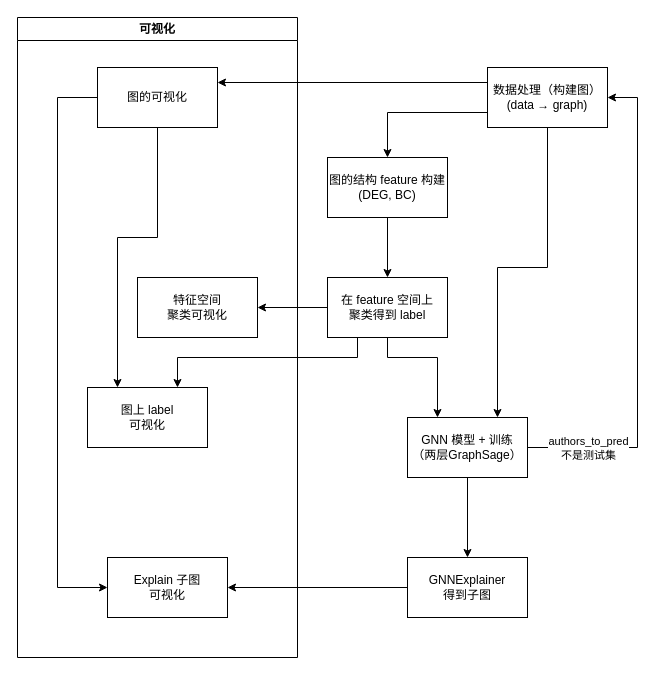
Earlier version of the draw.io diagram assets/flowchart.drawio (HellOwhatAs/CS3319-project). Source tidied: cells renumbered, new cells numbered last; positions are measured from the earlier drawing's top-left corner, leaving out a move shared by most shapes. Both pictures are drawn from the tidied source at 100%, with x=0, y=0 at pixel (17, 17).
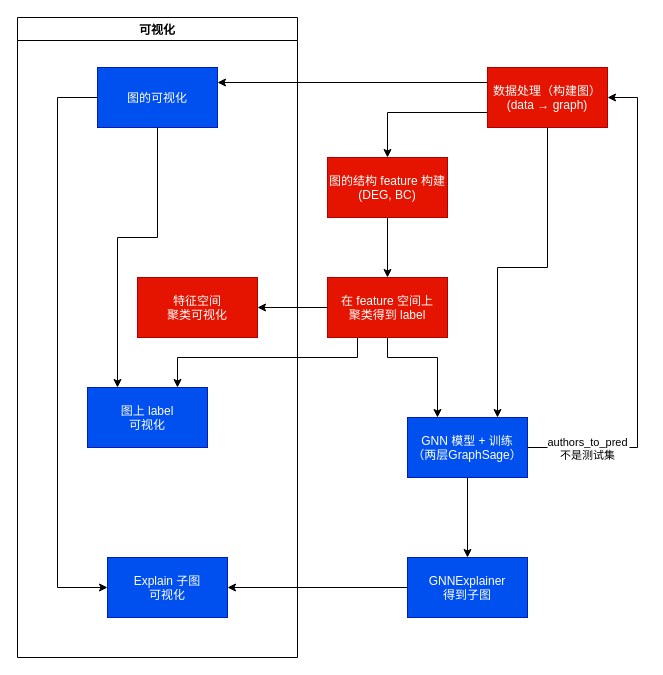
After the change.

What changed in the source:
```diff
@@
-    <mxCell id="2" style="edgeStyle=none;html=1;exitX=0.5;exitY=1;exitDx=0;exitDy=0;entryX=0.75;entryY=0;entryDx=0;entryDy=0;rounded=0;" parent="1" edge="1" source="5" target="11">
+    <mxCell id="2" style="edgeStyle=none;exitX=0.5;exitY=1;exitDx=0;exitDy=0;entryX=0.75;entryY=0;entryDx=0;entryDy=0;rounded=0;" parent="1" edge="1" source="5" target="11">
       <mxGeometry relative="1" as="geometry">
         <Array as="points">
           <mxPoint x="530" y="250" />
           <mxPoint x="480" y="250" />
         </Array>
       </mxGeometry>
     </mxCell>
-    <mxCell id="3" style="edgeStyle=none;rounded=0;html=1;exitX=0;exitY=0.75;exitDx=0;exitDy=0;entryX=0.5;entryY=0;entryDx=0;entryDy=0;" parent="1" edge="1" source="5" target="17">
+    <mxCell id="3" style="edgeStyle=none;rounded=0;exitX=0;exitY=0.75;exitDx=0;exitDy=0;entryX=0.5;entryY=0;entryDx=0;entryDy=0;" parent="1" edge="1" source="5" target="17">
       <mxGeometry relative="1" as="geometry">
         <Array as="points">
           <mxPoint x="370" y="95" />
         </Array>
       </mxGeometry>
     </mxCell>
-    <mxCell id="4" style="edgeStyle=none;rounded=0;html=1;exitX=0;exitY=0.25;exitDx=0;exitDy=0;entryX=1;entryY=0.25;entryDx=0;entryDy=0;" parent="1" edge="1" source="5" target="19">
+    <mxCell id="4" style="edgeStyle=none;rounded=0;exitX=0;exitY=0.25;exitDx=0;exitDy=0;entryX=1;entryY=0.25;entryDx=0;entryDy=0;" parent="1" edge="1" source="5" target="19">
       <mxGeometry relative="1" as="geometry" />
     </mxCell>
-    <mxCell id="5" value="数据处理（构建图）&lt;br&gt;(data → graph)" style="rounded=0;whiteSpace=wrap;html=1;" parent="1" vertex="1">
+    <mxCell id="5" value="数据处理（构建图）&#10;(data → graph)" style="rounded=0;fillColor=#e51400;fontColor=#ffffff;strokeColor=#B20000;" parent="1" vertex="1">
       <mxGeometry x="470" y="50" width="120" height="60" as="geometry" />
     </mxCell>
-    <mxCell id="6" style="edgeStyle=none;html=1;exitX=0.5;exitY=1;exitDx=0;exitDy=0;entryX=0.25;entryY=0;entryDx=0;entryDy=0;rounded=0;" parent="1" edge="1" source="9" target="11">
+    <mxCell id="6" style="edgeStyle=none;exitX=0.5;exitY=1;exitDx=0;exitDy=0;entryX=0.25;entryY=0;entryDx=0;entryDy=0;rounded=0;" parent="1" edge="1" source="9" target="11">
       <mxGeometry relative="1" as="geometry">
         <Array as="points">
           <mxPoint x="370" y="340" />
           <mxPoint x="420" y="340" />
         </Array>
       </mxGeometry>
     </mxCell>
-    <mxCell id="7" style="edgeStyle=none;rounded=0;html=1;exitX=0;exitY=0.5;exitDx=0;exitDy=0;entryX=1;entryY=0.5;entryDx=0;entryDy=0;" parent="1" edge="1" source="9" target="20">
+    <mxCell id="7" style="edgeStyle=none;rounded=0;exitX=0;exitY=0.5;exitDx=0;exitDy=0;entryX=1;entryY=0.5;entryDx=0;entryDy=0;" parent="1" edge="1" source="9" target="20">
       <mxGeometry relative="1" as="geometry" />
     </mxCell>
-    <mxCell id="8" style="edgeStyle=none;rounded=0;html=1;exitX=0.25;exitY=1;exitDx=0;exitDy=0;entryX=0.75;entryY=0;entryDx=0;entryDy=0;" parent="1" edge="1" source="9" target="21">
+    <mxCell id="8" style="edgeStyle=none;rounded=0;exitX=0.25;exitY=1;exitDx=0;exitDy=0;entryX=0.75;entryY=0;entryDx=0;entryDy=0;" parent="1" edge="1" source="9" target="21">
       <mxGeometry relative="1" as="geometry">
         <Array as="points">
           <mxPoint x="340" y="340" />
           <mxPoint x="160" y="340" />
         </Array>
       </mxGeometry>
     </mxCell>
-    <mxCell id="9" value="在 feature 空间上&lt;br&gt;聚类得到 label" style="rounded=0;whiteSpace=wrap;html=1;" parent="1" vertex="1">
+    <mxCell id="9" value="在 feature 空间上&#10;聚类得到 label" style="rounded=0;fillColor=#e51400;fontColor=#ffffff;strokeColor=#B20000;" parent="1" vertex="1">
       <mxGeometry x="310" y="260" width="120" height="60" as="geometry" />
     </mxCell>
-    <mxCell id="10" style="edgeStyle=none;rounded=0;html=1;exitX=0.5;exitY=1;exitDx=0;exitDy=0;entryX=0.5;entryY=0;entryDx=0;entryDy=0;" parent="1" edge="1" source="11" target="15">
+    <mxCell id="10" style="edgeStyle=none;rounded=0;exitX=0.5;exitY=1;exitDx=0;exitDy=0;entryX=0.5;entryY=0;entryDx=0;entryDy=0;" parent="1" edge="1" source="11" target="15">
       <mxGeometry relative="1" as="geometry" />
     </mxCell>
-    <mxCell id="11" value="GNN 模型 + 训练&lt;br&gt;（两层GraphSage）" style="rounded=0;whiteSpace=wrap;html=1;" parent="1" vertex="1">
+    <mxCell id="11" value="GNN 模型 + 训练&#10;（两层GraphSage）" style="rounded=0;fillColor=#0050ef;fontColor=#ffffff;strokeColor=#001DBC;" parent="1" vertex="1">
       <mxGeometry x="390" y="400" width="120" height="60" as="geometry" />
     </mxCell>
-    <mxCell id="12" style="endArrow=classic;html=1;exitX=1;exitY=0.5;exitDx=0;exitDy=0;entryX=1;entryY=0.5;entryDx=0;entryDy=0;rounded=0;" parent="1" edge="1" source="11" target="5">
+    <mxCell id="12" style="endArrow=classic;exitX=1;exitY=0.5;exitDx=0;exitDy=0;entryX=1;entryY=0.5;entryDx=0;entryDy=0;rounded=0;" parent="1" edge="1" source="11" target="5">
       <mxGeometry relative="1" as="geometry">
         <Array as="points">
           <mxPoint x="620" y="430" />
           <mxPoint x="620" y="80" />
         </Array>
       </mxGeometry>
     </mxCell>
-    <mxCell id="13" value="authors_to_pred&lt;br&gt;不是测试集" style="edgeLabel;align=center;verticalAlign=middle;labelBorderColor=none;spacing=2;html=1;" parent="12" vertex="1">
+    <mxCell id="13" value="authors_to_pred&#10;不是测试集" style="edgeLabel;align=center;verticalAlign=middle;labelBorderColor=none;spacing=2;" parent="12" vertex="1">
       <mxGeometry relative="1" as="geometry">
         <mxPoint x="-50" y="135" as="offset" />
       </mxGeometry>
     </mxCell>
-    <mxCell id="14" style="edgeStyle=none;rounded=0;html=1;exitX=0;exitY=0.5;exitDx=0;exitDy=0;entryX=1;entryY=0.5;entryDx=0;entryDy=0;" parent="1" edge="1" source="15" target="23">
+    <mxCell id="14" style="edgeStyle=none;rounded=0;exitX=0;exitY=0.5;exitDx=0;exitDy=0;entryX=1;entryY=0.5;entryDx=0;entryDy=0;" parent="1" edge="1" source="15" target="23">
       <mxGeometry relative="1" as="geometry" />
     </mxCell>
-    <mxCell id="15" value="GNNExplainer&lt;br&gt;得到子图" style="rounded=0;whiteSpace=wrap;html=1;" parent="1" vertex="1">
+    <mxCell id="15" value="GNNExplainer&#10;得到子图" style="rounded=0;fillColor=#0050ef;fontColor=#ffffff;strokeColor=#001DBC;" parent="1" vertex="1">
       <mxGeometry x="390" y="540" width="120" height="60" as="geometry" />
     </mxCell>
-    <mxCell id="16" style="edgeStyle=none;rounded=0;html=1;exitX=0.5;exitY=1;exitDx=0;exitDy=0;entryX=0.5;entryY=0;entryDx=0;entryDy=0;" parent="1" edge="1" source="17" target="9">
+    <mxCell id="16" style="edgeStyle=none;rounded=0;exitX=0.5;exitY=1;exitDx=0;exitDy=0;entryX=0.5;entryY=0;entryDx=0;entryDy=0;" parent="1" edge="1" source="17" target="9">
       <mxGeometry relative="1" as="geometry" />
     </mxCell>
-    <mxCell id="17" value="图的结构 feature 构建&lt;br&gt;(DEG, BC)" style="rounded=0;whiteSpace=wrap;html=1;" parent="1" vertex="1">
+    <mxCell id="17" value="图的结构 feature 构建&#10;(DEG, BC)" style="rounded=0;fillColor=#e51400;fontColor=#ffffff;strokeColor=#B20000;" parent="1" vertex="1">
       <mxGeometry x="310" y="140" width="120" height="60" as="geometry" />
     </mxCell>
-    <mxCell id="18" value="可视化" style="swimlane;whiteSpace=wrap;html=1;" parent="1" vertex="1">
+    <mxCell id="18" value="可视化" style="swimlane;" parent="1" vertex="1">
       <mxGeometry width="280" height="640" as="geometry" />
     </mxCell>
-    <mxCell id="19" value="图的可视化" style="rounded=0;whiteSpace=wrap;html=1;" parent="18" vertex="1">
+    <mxCell id="19" value="图的可视化" style="rounded=0;fillColor=#0050ef;fontColor=#ffffff;strokeColor=#001DBC;" parent="18" vertex="1">
       <mxGeometry x="80" y="50" width="120" height="60" as="geometry" />
     </mxCell>
-    <mxCell id="20" value="特征空间&lt;br&gt;聚类可视化" style="rounded=0;whiteSpace=wrap;html=1;" parent="18" vertex="1">
+    <mxCell id="20" value="特征空间&#10;聚类可视化" style="rounded=0;fillColor=#e51400;fontColor=#ffffff;strokeColor=#B20000;" parent="18" vertex="1">
       <mxGeometry x="120" y="260" width="120" height="60" as="geometry" />
     </mxCell>
-    <mxCell id="21" value="图上 label&lt;br&gt;可视化" style="rounded=0;whiteSpace=wrap;html=1;" parent="18" vertex="1">
+    <mxCell id="21" value="图上 label&#10;可视化" style="rounded=0;fillColor=#0050ef;fontColor=#ffffff;strokeColor=#001DBC;" parent="18" vertex="1">
       <mxGeometry x="70" y="370" width="120" height="60" as="geometry" />
     </mxCell>
-    <mxCell id="22" style="edgeStyle=none;rounded=0;html=1;exitX=0.5;exitY=1;exitDx=0;exitDy=0;entryX=0.25;entryY=0;entryDx=0;entryDy=0;" parent="18" edge="1" source="19" target="21">
+    <mxCell id="22" style="edgeStyle=none;rounded=0;exitX=0.5;exitY=1;exitDx=0;exitDy=0;entryX=0.25;entryY=0;entryDx=0;entryDy=0;" parent="18" edge="1" source="19" target="21">
       <mxGeometry relative="1" as="geometry">
         <Array as="points">
           <mxPoint x="140" y="220" />
           <mxPoint x="100" y="220" />
         </Array>
       </mxGeometry>
     </mxCell>
-    <mxCell id="23" value="Explain 子图&lt;br&gt;可视化" style="rounded=0;whiteSpace=wrap;html=1;" parent="18" vertex="1">
+    <mxCell id="23" value="Explain 子图&#10;可视化" style="rounded=0;fillColor=#0050ef;fontColor=#ffffff;strokeColor=#001DBC;" parent="18" vertex="1">
       <mxGeometry x="90" y="540" width="120" height="60" as="geometry" />
     </mxCell>
-    <mxCell id="24" style="edgeStyle=none;rounded=0;html=1;exitX=0;exitY=0.5;exitDx=0;exitDy=0;entryX=0;entryY=0.5;entryDx=0;entryDy=0;" parent="18" edge="1" source="19" target="23">
+    <mxCell id="24" style="edgeStyle=none;rounded=0;exitX=0;exitY=0.5;exitDx=0;exitDy=0;entryX=0;entryY=0.5;entryDx=0;entryDy=0;" parent="18" edge="1" source="19" target="23">
       <mxGeometry relative="1" as="geometry">
         <Array as="points">
           <mxPoint x="40" y="80" />
           <mxPoint x="40" y="570" />
         </Array>
       </mxGeometry>
     </mxCell>
```
